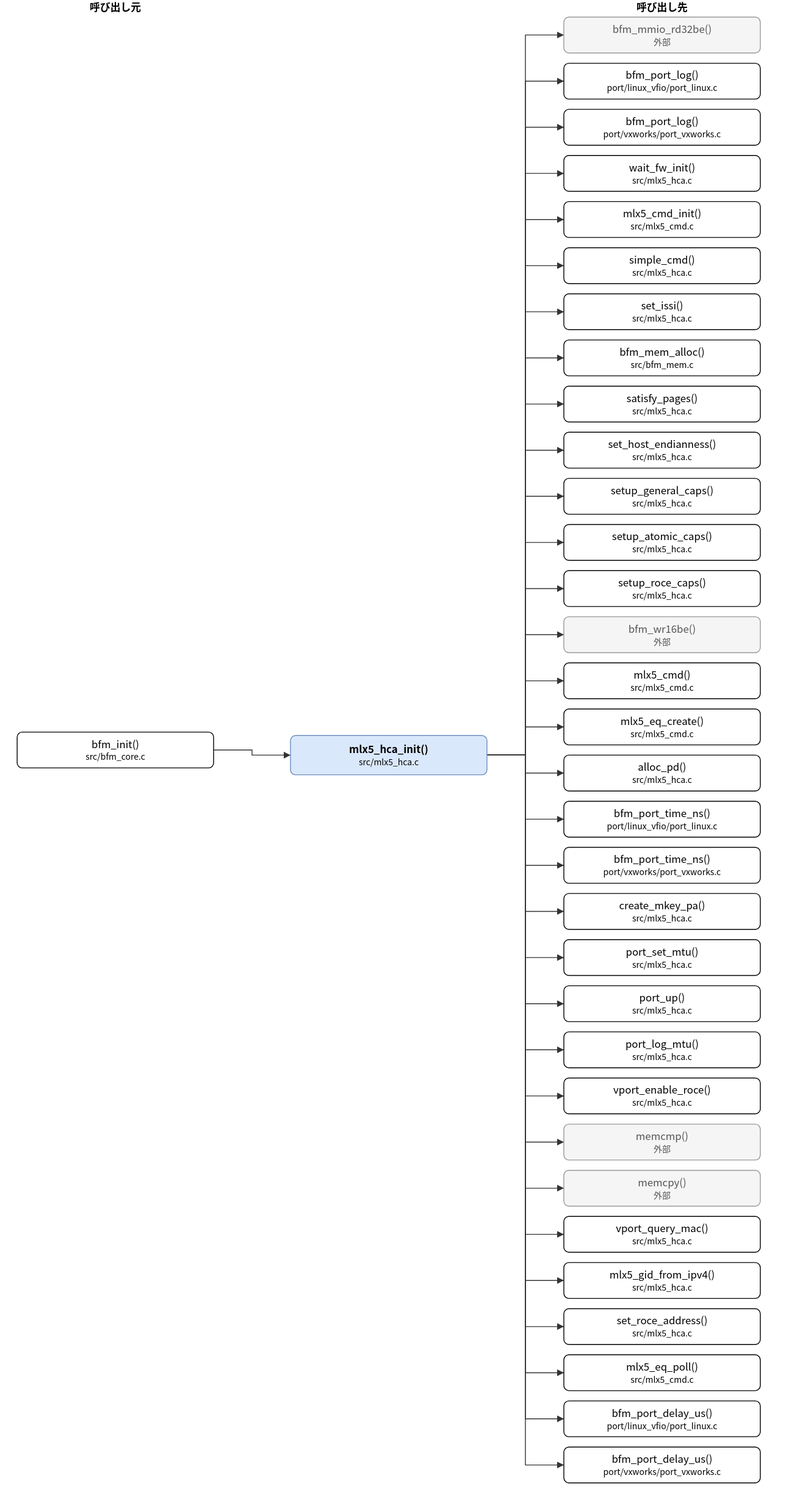
Before: doc/spec/images/call_src_mlx5_hca-mlx5_hca_init.drawio.svg, a diagram exported from draw.io (hf355051012-ai/bfmem). Source tidied: cells renumbered, new cells last; positions are measured from the earlier drawing's top-left corner, leaving out a move shared by most shapes.
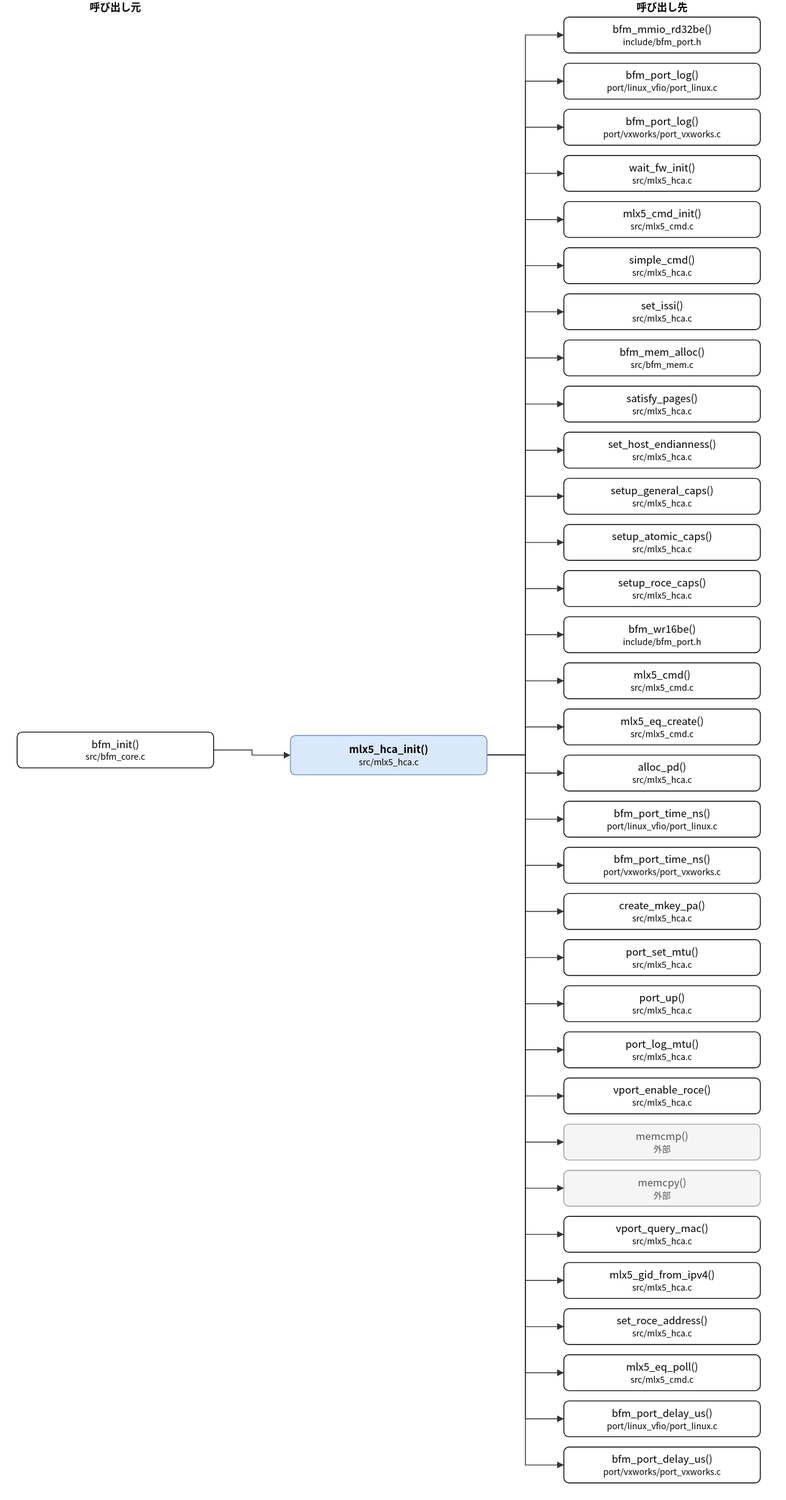
The same file after the commit.

The edit, as a diff of the source:
```diff
@@ -8,7 +8,7 @@
     <mxCell id="3" value="bfm_init()&lt;br&gt;&lt;font style=&quot;font-size:10px&quot;&gt;src/bfm_core.c&lt;/font&gt;" style="rounded=1;whiteSpace=wrap;html=1;" parent="1" vertex="1">
       <mxGeometry y="857" width="230" height="42" as="geometry" />
     </mxCell>
-    <mxCell id="4" value="bfm_mmio_rd32be()&lt;br&gt;&lt;font style=&quot;font-size:10px&quot;&gt;外部&lt;/font&gt;" style="rounded=1;whiteSpace=wrap;html=1;fillColor=#f5f5f5;strokeColor=#999999;fontColor=#555555;" parent="1" vertex="1">
+    <mxCell id="4" value="bfm_mmio_rd32be()&lt;br&gt;&lt;font style=&quot;font-size:10px&quot;&gt;include/bfm_port.h&lt;/font&gt;" style="rounded=1;whiteSpace=wrap;html=1;" parent="1" vertex="1">
       <mxGeometry x="640" y="20" width="230" height="42" as="geometry" />
     </mxCell>
     <mxCell id="5" value="bfm_port_log()&lt;br&gt;&lt;font style=&quot;font-size:10px&quot;&gt;port/linux_vfio/port_linux.c&lt;/font&gt;" style="rounded=1;whiteSpace=wrap;html=1;" parent="1" vertex="1">
@@ -47,7 +47,7 @@
     <mxCell id="16" value="setup_roce_caps()&lt;br&gt;&lt;font style=&quot;font-size:10px&quot;&gt;src/mlx5_hca.c&lt;/font&gt;" style="rounded=1;whiteSpace=wrap;html=1;" parent="1" vertex="1">
       <mxGeometry x="640" y="668" width="230" height="42" as="geometry" />
     </mxCell>
-    <mxCell id="17" value="bfm_wr16be()&lt;br&gt;&lt;font style=&quot;font-size:10px&quot;&gt;外部&lt;/font&gt;" style="rounded=1;whiteSpace=wrap;html=1;fillColor=#f5f5f5;strokeColor=#999999;fontColor=#555555;" parent="1" vertex="1">
+    <mxCell id="17" value="bfm_wr16be()&lt;br&gt;&lt;font style=&quot;font-size:10px&quot;&gt;include/bfm_port.h&lt;/font&gt;" style="rounded=1;whiteSpace=wrap;html=1;" parent="1" vertex="1">
       <mxGeometry x="640" y="722" width="230" height="42" as="geometry" />
     </mxCell>
     <mxCell id="18" value="mlx5_cmd()&lt;br&gt;&lt;font style=&quot;font-size:10px&quot;&gt;src/mlx5_cmd.c&lt;/font&gt;" style="rounded=1;whiteSpace=wrap;html=1;" parent="1" vertex="1">
```
